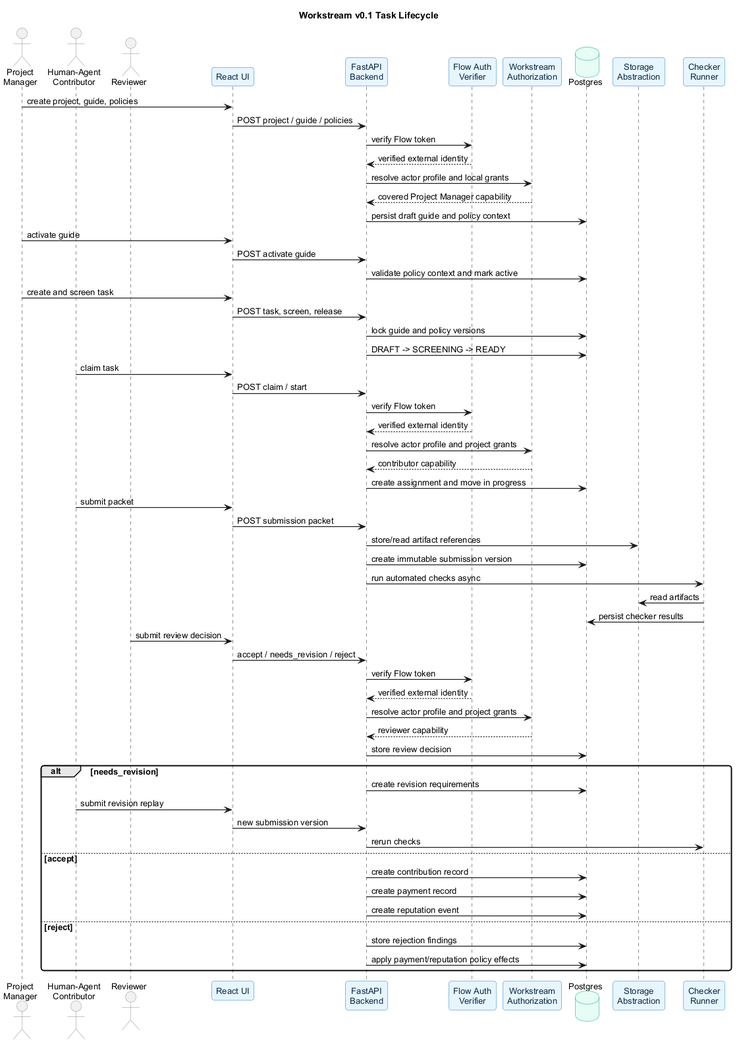
Earlier version of the PlantUML export docs/architecture_brief/images/task_lifecycle_sequence.png (jorshimayor/workstream). Its source is kept beside it as docs/architecture_brief/task_lifecycle_sequence.puml.
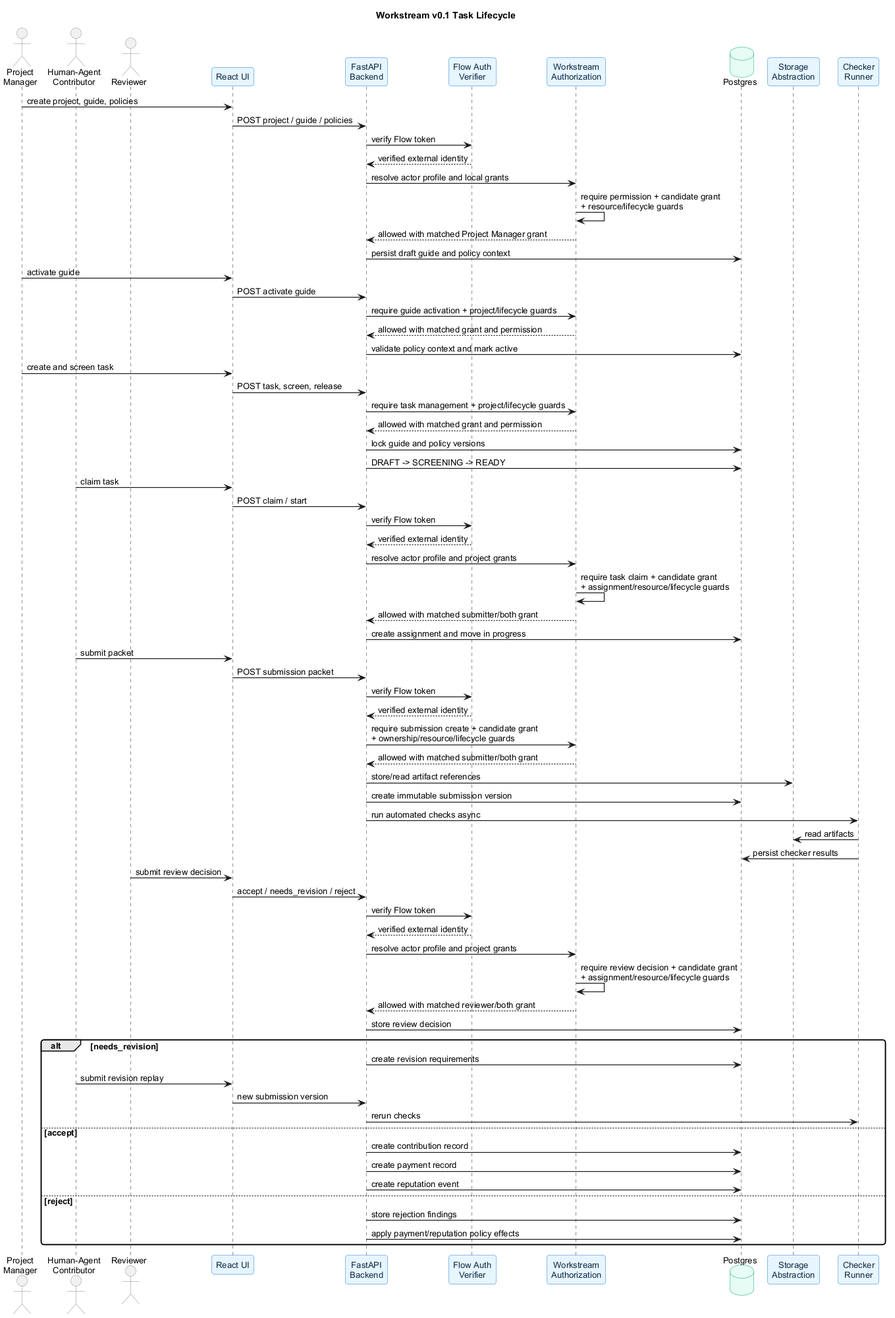
The same file after the commit.

The edit, as a diff of the source:
```diff
@@ -31,15 +31,20 @@
 API -> Auth : verify Flow token
 Auth --> API : verified external identity
 API -> Authorization : resolve actor profile and local grants
-Authorization --> API : covered Project Manager capability
+Authorization -> Authorization : require permission + candidate grant\n+ resource/lifecycle guards
+Authorization --> API : allowed with matched Project Manager grant
 API -> DB : persist draft guide and policy context
 
 PM -> UI : activate guide
 UI -> API : POST activate guide
+API -> Authorization : require guide activation + project/lifecycle guards
+Authorization --> API : allowed with matched grant and permission
 API -> DB : validate policy context and mark active
 
 PM -> UI : create and screen task
 UI -> API : POST task, screen, release
+API -> Authorization : require task management + project/lifecycle guards
+Authorization --> API : allowed with matched grant and permission
 API -> DB : lock guide and policy versions
 API -> DB : DRAFT -> SCREENING -> READY
 
@@ -48,11 +53,16 @@
 API -> Auth : verify Flow token
 Auth --> API : verified external identity
 API -> Authorization : resolve actor profile and project grants
-Authorization --> API : contributor capability
+Authorization -> Authorization : require task claim + candidate grant\n+ assignment/resource/lifecycle guards
+Authorization --> API : allowed with matched submitter/both grant
 API -> DB : create assignment and move in progress
 
 Contributor -> UI : submit packet
 UI -> API : POST submission packet
+API -> Auth : verify Flow token
+Auth --> API : verified external identity
+API -> Authorization : require submission create + candidate grant\n+ ownership/resource/lifecycle guards
+Authorization --> API : allowed with matched submitter/both grant
 API -> Storage : store/read artifact references
 API -> DB : create immutable submission version
 
@@ -65,7 +75,8 @@
 API -> Auth : verify Flow token
 Auth --> API : verified external identity
 API -> Authorization : resolve actor profile and project grants
-Authorization --> API : reviewer capability
+Authorization -> Authorization : require review decision + candidate grant\n+ assignment/resource/lifecycle guards
+Authorization --> API : allowed with matched reviewer/both grant
 API -> DB : store review decision
 
 alt needs_revision
```
